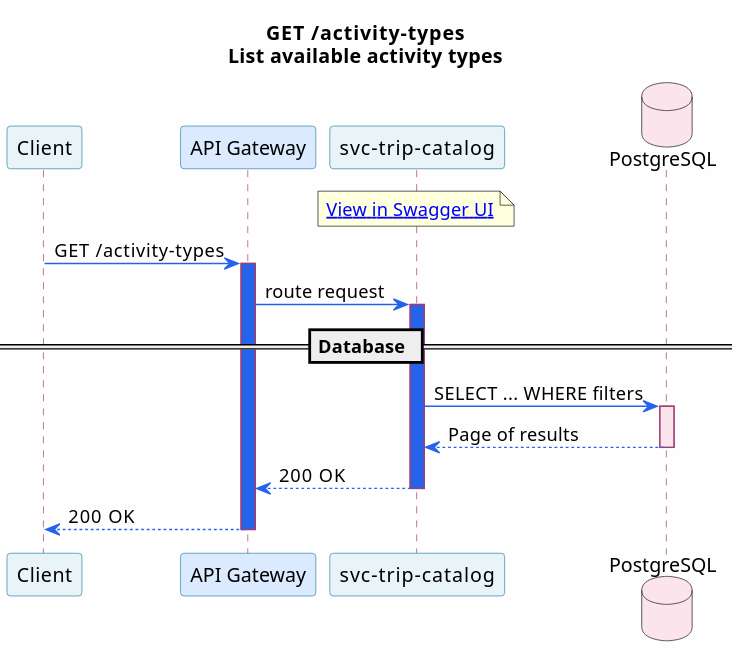
Before: portal/site/microservices/svg/svc-trip-catalog--get-activity-types.svg, a diagram exported from PlantUML (christopherblaisdell/continuous-architecture-platform-poc).
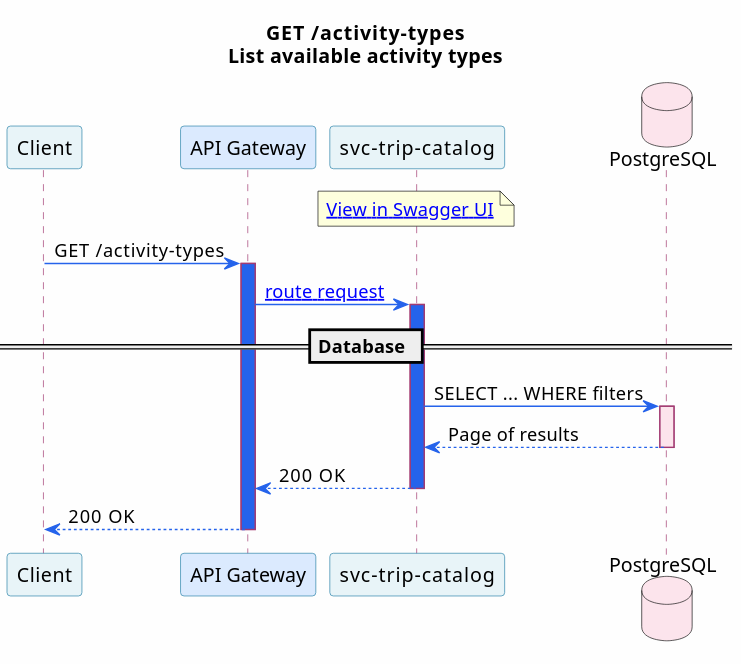
Later version of the same file.

Change to the diagram source:
```diff
@@ -26,7 +26,7 @@
 
 Client -> GW : GET /activity-types
 activate GW #2563eb
-GW -> Svc : route request
+GW -> Svc : [[/microservices/svc-trip-catalog/#get-activity-types-list-available-activity-types route request]]
 activate Svc #2563eb
 
 == Database ==
```
